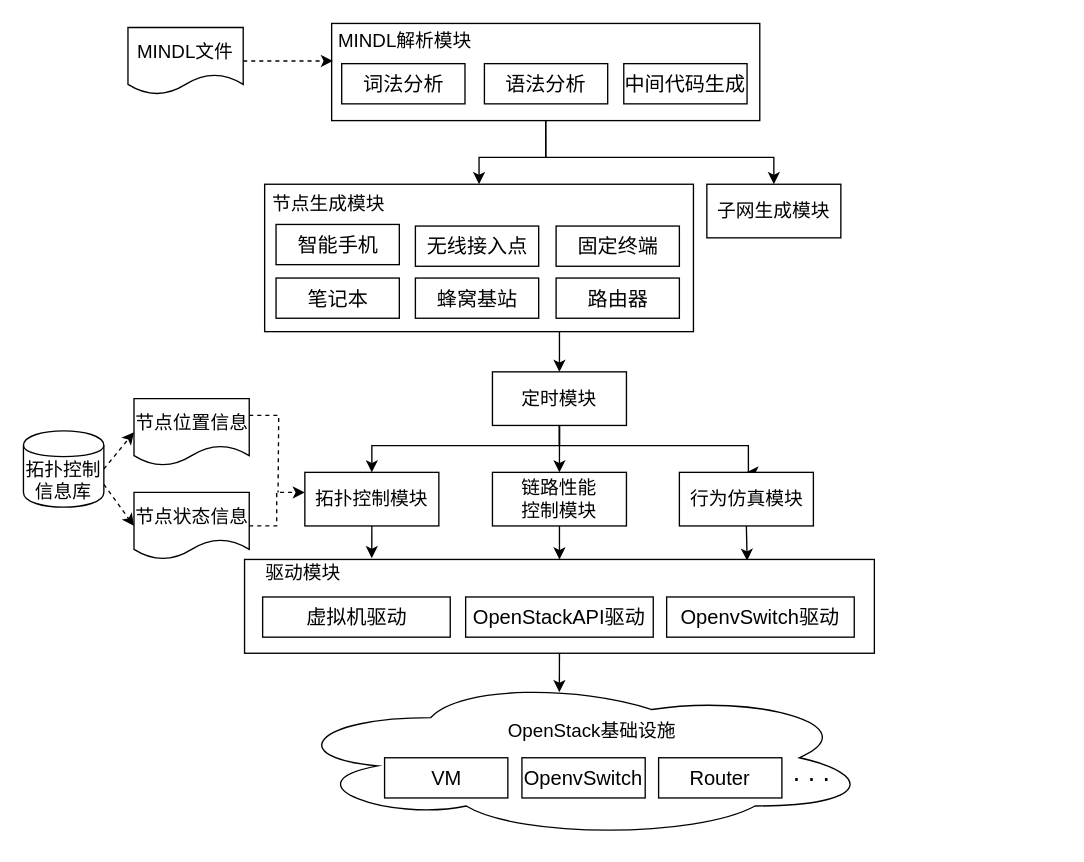
The draw.io diagram page "原型系统架构" (1 of 2) of 网络仿真系统.drawio in Icarus1994/neutron_conf, before the edit. Source tidied: cells renumbered, new cells numbered last; positions are measured from the earlier drawing's top-left corner, leaving out a move shared by most shapes. Both pictures are drawn from the tidied source at 134%, with x=0, y=0 at pixel (23, 23).
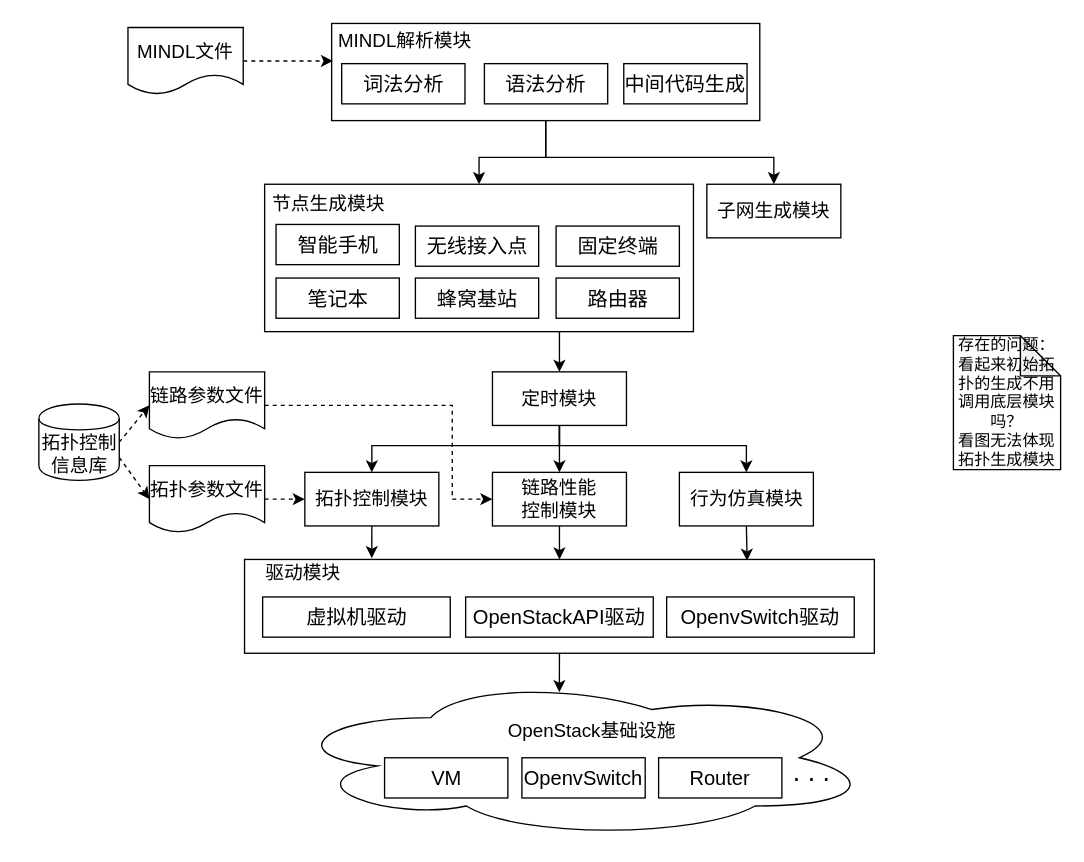
After the change.

Unchanged cells that the change refers to:
```xml
<mxCell id="30" value="定时模块" style="rounded=0;whiteSpace=wrap;html=1;fontSize=14;" parent="1" vertex="1">
  <mxGeometry x="350" y="260" width="100" height="40" as="geometry" />
</mxCell>
<mxCell id="32" value="拓扑控制模块" style="rounded=0;whiteSpace=wrap;html=1;fontSize=14;" parent="1" vertex="1">
  <mxGeometry x="210" y="335" width="100" height="40" as="geometry" />
</mxCell>
<mxCell id="34" value="链路性能&lt;br&gt;控制模块" style="rounded=0;whiteSpace=wrap;html=1;fontSize=14;" parent="1" vertex="1">
  <mxGeometry x="350" y="335" width="100" height="40" as="geometry" />
</mxCell>
<mxCell id="36" value="行为仿真模块" style="rounded=0;whiteSpace=wrap;html=1;fontSize=14;" parent="1" vertex="1">
  <mxGeometry x="489.5" y="335" width="100" height="40" as="geometry" />
</mxCell>
```

Diff of the diagram source:
```diff
@@
     <mxCell id="7" value="拓扑控制信息库" style="shape=cylinder;whiteSpace=wrap;html=1;boundedLbl=1;backgroundOutline=1;fontSize=14;" parent="1" vertex="1">
-      <mxGeometry y="304" width="60" height="57" as="geometry" />
+      <mxGeometry x="11.5" y="284" width="60" height="57" as="geometry" />
     </mxCell>
@@
-    <mxCell id="14" style="edgeStyle=orthogonalEdgeStyle;rounded=0;jettySize=auto;html=1;exitX=1;exitY=0.25;exitDx=0;exitDy=0;fontSize=14;dashed=1;endArrow=none;endFill=0;" parent="1" edge="1" source="15">
-      <mxGeometry relative="1" as="geometry">
-        <mxPoint x="190" y="350" as="targetPoint" />
-      </mxGeometry>
-    </mxCell>
+    <mxCell id="51" style="edgeStyle=orthogonalEdgeStyle;rounded=0;jettySize=auto;html=1;exitX=1;exitY=0.5;exitDx=0;exitDy=0;entryX=0;entryY=0.5;entryDx=0;entryDy=0;dashed=1;" parent="1" edge="1" source="15" target="34">
+      <mxGeometry relative="1" as="geometry">
+        <Array as="points">
+          <mxPoint x="320" y="285" />
+          <mxPoint x="320" y="355" />
+        </Array>
+      </mxGeometry>
+    </mxCell>
-    <mxCell id="15" value="节点位置信息" style="shape=document;whiteSpace=wrap;html=1;boundedLbl=1;fontSize=14;" parent="1" vertex="1">
-      <mxGeometry x="82.5" y="280" width="86" height="50" as="geometry" />
+    <mxCell id="15" value="链路参数文件" style="shape=document;whiteSpace=wrap;html=1;boundedLbl=1;fontSize=14;" parent="1" vertex="1">
+      <mxGeometry x="94" y="260" width="86" height="50" as="geometry" />
     </mxCell>
@@
-    <mxCell id="18" style="edgeStyle=orthogonalEdgeStyle;rounded=0;jettySize=auto;html=1;exitX=1;exitY=0.5;exitDx=0;exitDy=0;fontSize=14;dashed=1;" parent="1" edge="1" source="19">
-      <mxGeometry relative="1" as="geometry">
-        <mxPoint x="210" y="350" as="targetPoint" />
-        <Array as="points">
-          <mxPoint x="189" y="375" />
-          <mxPoint x="189" y="350" />
-        </Array>
-      </mxGeometry>
-    </mxCell>
+    <mxCell id="52" style="edgeStyle=orthogonalEdgeStyle;rounded=0;jettySize=auto;html=1;exitX=1;exitY=0.5;exitDx=0;exitDy=0;entryX=0;entryY=0.5;entryDx=0;entryDy=0;dashed=1;" parent="1" edge="1" source="19" target="32">
+      <mxGeometry relative="1" as="geometry" />
+    </mxCell>
-    <mxCell id="19" value="节点状态信息" style="shape=document;whiteSpace=wrap;html=1;boundedLbl=1;fontSize=14;" parent="1" vertex="1">
-      <mxGeometry x="82.5" y="350" width="86" height="50" as="geometry" />
+    <mxCell id="19" value="拓扑参数文件" style="shape=document;whiteSpace=wrap;html=1;boundedLbl=1;fontSize=14;" parent="1" vertex="1">
+      <mxGeometry x="94" y="330" width="86" height="50" as="geometry" />
     </mxCell>
@@
     <mxCell id="28" style="edgeStyle=orthogonalEdgeStyle;rounded=0;jettySize=auto;html=1;exitX=0.5;exitY=1;exitDx=0;exitDy=0;entryX=0.5;entryY=0;entryDx=0;entryDy=0;fontSize=14;" parent="1" edge="1" source="30" target="36">
       <mxGeometry relative="1" as="geometry">
         <Array as="points">
           <mxPoint x="400" y="315" />
-          <mxPoint x="541" y="315" />
+          <mxPoint x="540" y="315" />
         </Array>
       </mxGeometry>
     </mxCell>
@@
+    <mxCell id="53" value="存在的问题：&lt;br&gt;看起来初始拓扑的生成不用调用底层模块吗？&lt;br&gt;看图无法体现拓扑生成模块" style="shape=note;whiteSpace=wrap;html=1;backgroundOutline=1;darkOpacity=0.05;" parent="1" vertex="1">
+      <mxGeometry x="694" y="233" width="80" height="100" as="geometry" />
+    </mxCell>
```
